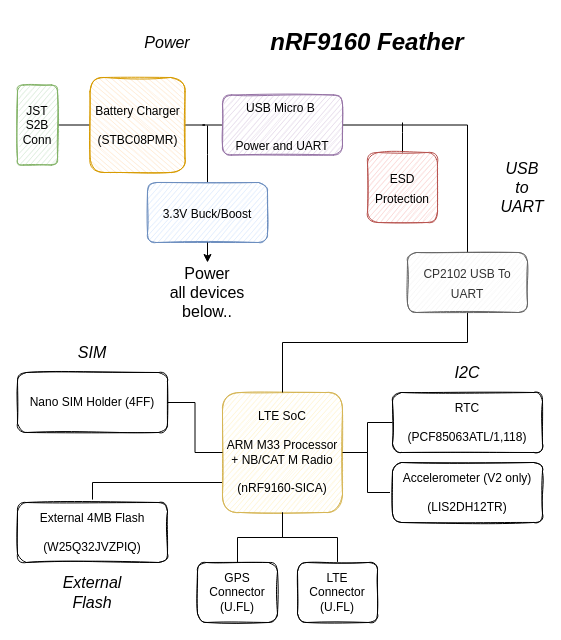
This is src/diagrams/nrf9160-feather-block-diagram.drawio from circuitdojo/docs, a draw.io file, before an edit. Source tidied: cells renumbered, new cells numbered last; positions are measured from the earlier drawing's top-left corner, leaving out a move shared by most shapes. Both pictures are drawn from the tidied source at 100%, with x=0, y=0 at pixel (17, 17).
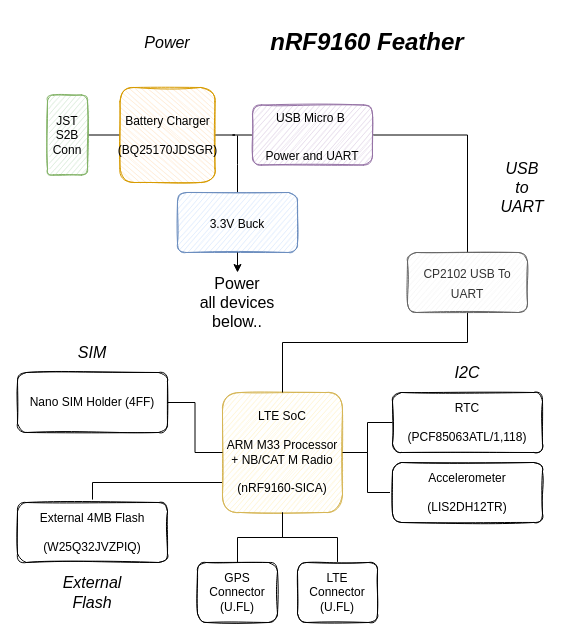
Above is the later version.

The edit, as a diff of the source:
```diff
@@
     <mxCell id="3" style="edgeStyle=orthogonalEdgeStyle;rounded=0;jettySize=auto;html=1;endArrow=none;endFill=0;fontSize=16;exitX=0.5;exitY=0;exitDx=0;exitDy=0;" parent="1" edge="1" source="17">
       <mxGeometry relative="1" as="geometry">
-        <mxPoint x="190" y="108" as="targetPoint" />
+        <mxPoint x="220" y="118" as="targetPoint" />
       </mxGeometry>
     </mxCell>
@@
     <mxCell id="6" style="edgeStyle=orthogonalEdgeStyle;rounded=0;jettySize=auto;html=1;endArrow=none;endFill=0;" parent="1" edge="1" source="8">
       <mxGeometry relative="1" as="geometry">
-        <mxPoint x="40" y="107.5" as="targetPoint" />
+        <mxPoint x="70" y="117.5" as="targetPoint" />
       </mxGeometry>
     </mxCell>
@@
-    <mxCell id="8" value="Battery Charger&lt;br&gt;&lt;br&gt;(STBC08PMR)" style="whiteSpace=wrap;html=1;fillColor=#ffe6cc;strokeColor=#d79b00;direction=south;rounded=1;sketch=1;" parent="1" vertex="1">
-      <mxGeometry x="72.5" y="60" width="95" height="95" as="geometry" />
+    <mxCell id="8" value="Battery Charger&lt;br&gt;&lt;br&gt;(BQ25170JDSGR)" style="whiteSpace=wrap;html=1;fillColor=#ffe6cc;strokeColor=#d79b00;direction=south;rounded=1;sketch=1;" parent="1" vertex="1">
+      <mxGeometry x="102.5" y="70" width="95" height="95" as="geometry" />
     </mxCell>
     <mxCell id="9" value="JST&lt;br&gt;S2B&lt;br&gt;Conn" style="rounded=1;whiteSpace=wrap;html=1;shadow=0;glass=0;sketch=1;fillColor=#d5e8d4;strokeColor=#82b366;" parent="1" vertex="1">
-      <mxGeometry y="67.5" width="40" height="80" as="geometry" />
+      <mxGeometry x="30" y="77.5" width="40" height="80" as="geometry" />
     </mxCell>
@@
-    <mxCell id="12" value="Accelerometer (V2 only)&lt;br&gt;&lt;br&gt;(LIS2DH12TR)" style="rounded=1;whiteSpace=wrap;html=1;shadow=0;glass=0;sketch=1;" parent="1" vertex="1">
+    <mxCell id="12" value="Accelerometer&lt;br&gt;&lt;br&gt;(LIS2DH12TR)" style="rounded=1;whiteSpace=wrap;html=1;shadow=0;glass=0;sketch=1;" parent="1" vertex="1">
       <mxGeometry x="375" y="445" width="150" height="60" as="geometry" />
     </mxCell>
@@
     <mxCell id="15" value="&lt;font style=&quot;font-size: 12px&quot;&gt;USB Micro B&amp;nbsp;&lt;br&gt;&lt;br&gt;Power and UART&lt;br&gt;&lt;/font&gt;" style="rounded=1;whiteSpace=wrap;html=1;shadow=0;glass=0;sketch=1;fontSize=16;fillColor=#e1d5e7;strokeColor=#9673a6;" parent="1" vertex="1">
-      <mxGeometry x="205" y="77.5" width="120" height="60" as="geometry" />
+      <mxGeometry x="235" y="87.5" width="120" height="60" as="geometry" />
     </mxCell>
@@
-    <mxCell id="17" value="&lt;font style=&quot;font-size: 12px&quot;&gt;3.3V Buck/Boost&lt;/font&gt;" style="rounded=1;whiteSpace=wrap;html=1;shadow=0;glass=0;sketch=1;fontSize=16;fillColor=#dae8fc;strokeColor=#6c8ebf;" parent="1" vertex="1">
-      <mxGeometry x="130" y="165" width="120" height="60" as="geometry" />
+    <mxCell id="17" value="&lt;font style=&quot;font-size: 12px&quot;&gt;3.3V Buck&lt;/font&gt;" style="rounded=1;whiteSpace=wrap;html=1;shadow=0;glass=0;sketch=1;fontSize=16;fillColor=#dae8fc;strokeColor=#6c8ebf;" parent="1" vertex="1">
+      <mxGeometry x="160" y="175" width="120" height="60" as="geometry" />
     </mxCell>
@@
     <mxCell id="27" style="endArrow=classic;html=1;fontSize=16;exitX=0.5;exitY=1;exitDx=0;exitDy=0;" parent="1" edge="1" source="17">
       <mxGeometry relative="1" as="geometry">
-        <mxPoint x="190" y="245" as="targetPoint" />
+        <mxPoint x="220" y="255" as="targetPoint" />
       </mxGeometry>
     </mxCell>
     <mxCell id="28" value="Power all&amp;nbsp;devices below.." style="text;html=1;strokeColor=none;fillColor=none;align=center;verticalAlign=middle;whiteSpace=wrap;rounded=0;shadow=0;glass=0;sketch=1;fontSize=16;" parent="1" vertex="1">
-      <mxGeometry x="150" y="265" width="80" height="20" as="geometry" />
+      <mxGeometry x="180" y="275" width="80" height="20" as="geometry" />
     </mxCell>
@@
-    <mxCell id="33" style="edgeStyle=orthogonalEdgeStyle;rounded=0;jettySize=auto;html=1;endArrow=none;endFill=0;fontSize=16;" parent="1" edge="1" source="34">
-      <mxGeometry relative="1" as="geometry">
-        <mxPoint x="385" y="105" as="targetPoint" />
-      </mxGeometry>
-    </mxCell>
-    <mxCell id="34" value="&lt;font style=&quot;font-size: 12px&quot;&gt;ESD Protection&lt;/font&gt;" style="rounded=1;whiteSpace=wrap;html=1;shadow=0;glass=0;sketch=1;fontSize=16;fillColor=#f8cecc;strokeColor=#b85450;" parent="1" vertex="1">
-      <mxGeometry x="350" y="135" width="70" height="70" as="geometry" />
-    </mxCell>
```
